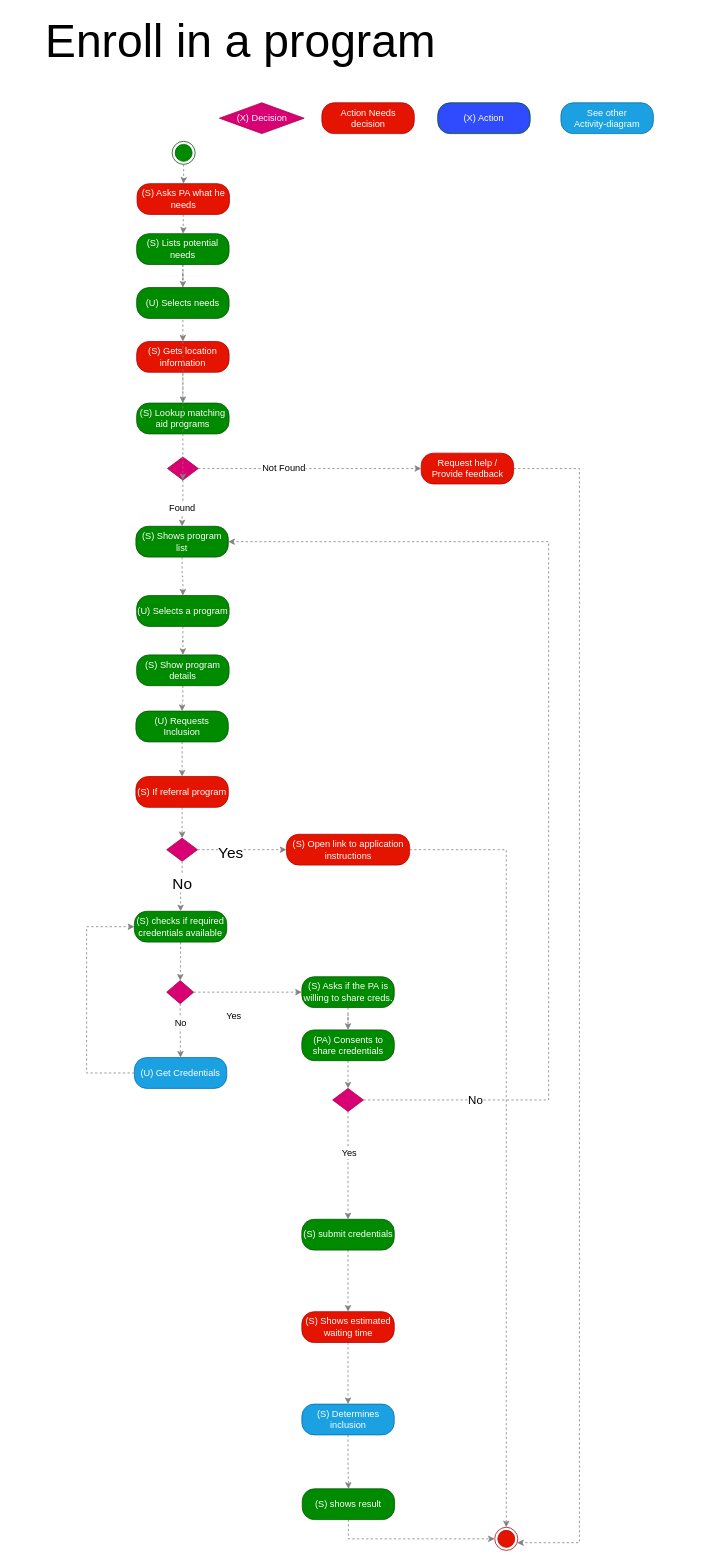
This is Activity Diagrams/Enroll in a program activity.drawio from nsward/diagrams, a draw.io file, before an edit. Source tidied: cells renumbered, new cells numbered last; positions are measured from the earlier drawing's top-left corner, leaving out a move shared by most shapes. Both pictures are drawn from the tidied source at 77%, with x=0, y=0 at pixel (13, 33).
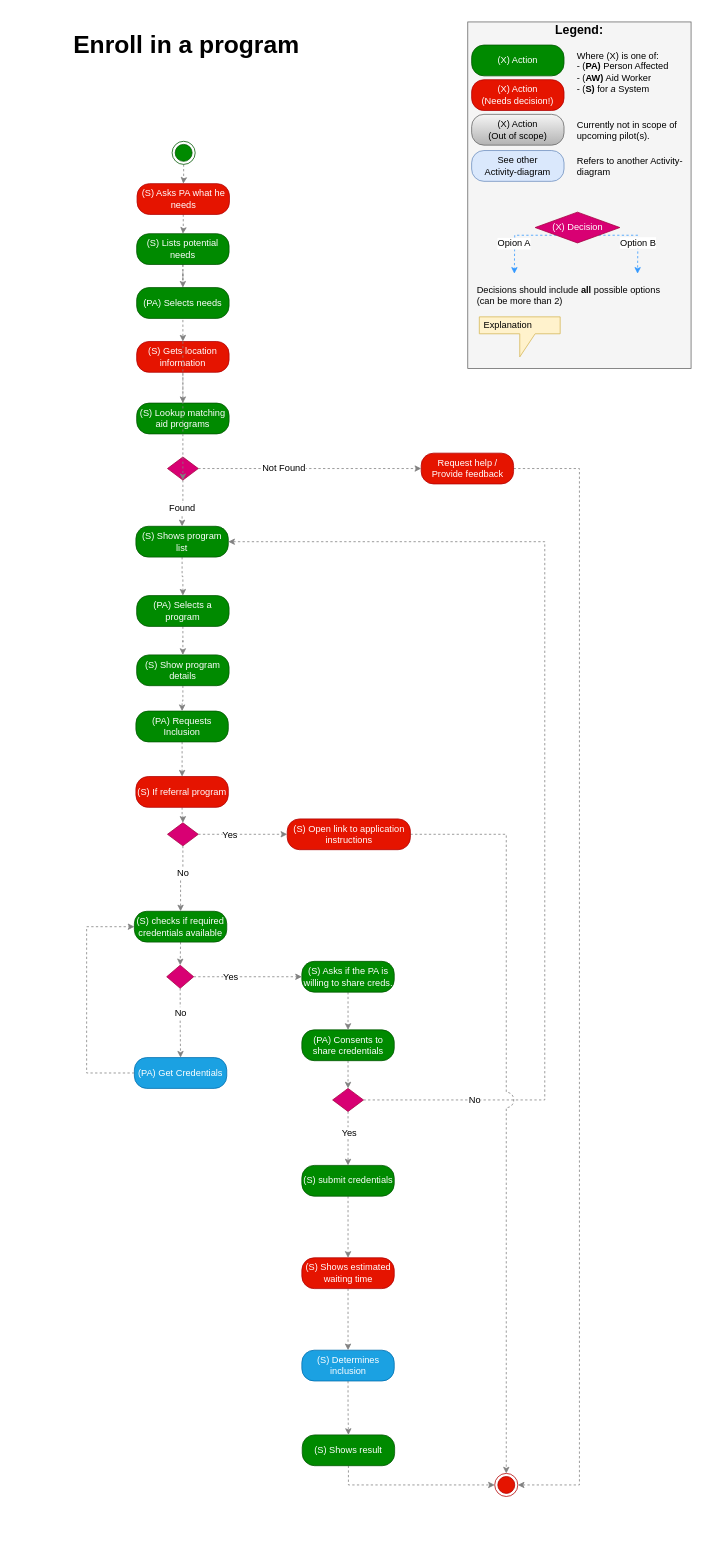
The same page after the edit.

Commit message:
Align layout with template + include legend

Unchanged cells that the change refers to:
```xml
<mxCell id="12" value="(S) Shows program list" style="rounded=1;whiteSpace=wrap;html=1;arcSize=40;fillColor=#008a00;strokeColor=#005700;fontColor=#ffffff;" parent="1" vertex="1">
  <mxGeometry x="159" y="640" width="120" height="40" as="geometry" />
</mxCell>
<mxCell id="23" style="edgeStyle=orthogonalEdgeStyle;rounded=0;jettySize=auto;html=1;entryX=0;entryY=0.5;entryDx=0;entryDy=0;dashed=1;strokeColor=#808080;" parent="1" edge="1" source="25" target="68">
  <mxGeometry relative="1" as="geometry" />
</mxCell>
<mxCell id="31" style="rhombus;whiteSpace=wrap;html=1;fillColor=#d80073;strokeColor=#A50040;fontColor=#ffffff;" parent="1" vertex="1">
  <mxGeometry x="414.5" y="1370" width="40" height="30" as="geometry" />
</mxCell>
<mxCell id="48" value="Request help / Provide feedback" style="rounded=1;whiteSpace=wrap;html=1;arcSize=40;fillColor=#e51400;strokeColor=#B20000;fontColor=#ffffff;" parent="1" vertex="1">
  <mxGeometry x="529.5" y="545" width="120" height="40" as="geometry" />
</mxCell>
<mxCell id="51" style="edgeStyle=orthogonalEdgeStyle;rounded=0;jettySize=auto;html=1;entryX=0;entryY=0.5;entryDx=0;entryDy=0;dashed=1;strokeColor=#808080;fontColor=#ffffff;exitX=1;exitY=0.5;exitDx=0;exitDy=0;" parent="1" edge="1" source="50" target="56">
  <mxGeometry relative="1" as="geometry" />
</mxCell>
<mxCell id="54" value="(S) If referral program" style="rounded=1;whiteSpace=wrap;html=1;arcSize=40;fillColor=#e51400;strokeColor=#B20000;fontColor=#ffffff;" parent="1" vertex="1">
  <mxGeometry x="159" y="965" width="120" height="40" as="geometry" />
</mxCell>
<mxCell id="63" style="edgeStyle=orthogonalEdgeStyle;rounded=0;jettySize=auto;html=1;exitX=0.5;exitY=1;exitDx=0;exitDy=0;entryX=0.5;entryY=0;entryDx=0;entryDy=0;dashed=1;strokeColor=#808080;fontSize=20;fontColor=#ffffff;" parent="1" edge="1" source="50" target="62">
  <mxGeometry relative="1" as="geometry" />
</mxCell>
```

The edit, as a diff of the source:
```diff
@@
-    <mxCell id="10" value="(U) Selects needs" style="rounded=1;whiteSpace=wrap;html=1;arcSize=40;fillColor=#008a00;strokeColor=#005700;fontColor=#ffffff;" parent="1" vertex="1">
+    <mxCell id="10" value="(PA) Selects needs" style="rounded=1;whiteSpace=wrap;html=1;arcSize=40;fillColor=#008a00;strokeColor=#005700;fontColor=#ffffff;" parent="1" vertex="1">
       <mxGeometry x="160" y="330" width="120" height="40" as="geometry" />
     </mxCell>
@@
-    <mxCell id="14" value="(U) Selects a program" style="rounded=1;whiteSpace=wrap;html=1;arcSize=40;fillColor=#008a00;strokeColor=#005700;fontColor=#ffffff;" parent="1" vertex="1">
+    <mxCell id="14" value="(PA) Selects a program" style="rounded=1;whiteSpace=wrap;html=1;arcSize=40;fillColor=#008a00;strokeColor=#005700;fontColor=#ffffff;" parent="1" vertex="1">
       <mxGeometry x="160" y="730" width="120" height="40" as="geometry" />
     </mxCell>
@@
-    <mxCell id="18" value="(U) Requests Inclusion" style="rounded=1;whiteSpace=wrap;html=1;arcSize=40;fillColor=#008a00;strokeColor=#005700;fontColor=#ffffff;" parent="1" vertex="1">
+    <mxCell id="18" value="(PA) Requests Inclusion" style="rounded=1;whiteSpace=wrap;html=1;arcSize=40;fillColor=#008a00;strokeColor=#005700;fontColor=#ffffff;" parent="1" vertex="1">
       <mxGeometry x="159" y="880" width="120" height="40" as="geometry" />
     </mxCell>
@@
-    <mxCell id="20" value="(U) Get Credentials" style="rounded=1;whiteSpace=wrap;html=1;arcSize=40;fillColor=#1ba1e2;strokeColor=#006EAF;fontColor=#ffffff;" parent="1" vertex="1">
+    <mxCell id="20" value="(PA) Get Credentials" style="rounded=1;whiteSpace=wrap;html=1;arcSize=40;fillColor=#1ba1e2;strokeColor=#006EAF;fontColor=#ffffff;" parent="1" vertex="1">
       <mxGeometry x="157" y="1330" width="120" height="40" as="geometry" />
     </mxCell>
@@
     <mxCell id="24" value="Yes" style="text;html=1;align=center;verticalAlign=middle;labelBackgroundColor=#ffffff;" parent="23" vertex="1">
       <mxGeometry x="-0.28" relative="1" as="geometry">
-        <mxPoint y="30" as="offset" />
+        <mxPoint x="-4" as="offset" />
       </mxGeometry>
     </mxCell>
     <mxCell id="25" style="rhombus;whiteSpace=wrap;html=1;fillColor=#d80073;strokeColor=#A50040;fontColor=#ffffff;" parent="1" vertex="1">
-      <mxGeometry x="199" y="1230" width="35" height="30" as="geometry" />
+      <mxGeometry x="199" y="1210" width="35" height="30" as="geometry" />
     </mxCell>
-    <mxCell id="26" style="edgeStyle=orthogonalEdgeStyle;rounded=0;jettySize=auto;html=1;entryX=1;entryY=0.5;entryDx=0;entryDy=0;dashed=1;strokeColor=#808080;fontColor=#ffffff;" parent="1" edge="1" source="31" target="12">
+    <mxCell id="26" style="edgeStyle=orthogonalEdgeStyle;rounded=0;jettySize=auto;html=1;entryX=1;entryY=0.5;entryDx=0;entryDy=0;dashed=1;strokeColor=#808080;fontColor=#ffffff;jumpStyle=none;" parent="1" edge="1" source="31" target="12">
       <mxGeometry relative="1" as="geometry">
         <Array as="points">
-          <mxPoint x="695" y="1385" />
-          <mxPoint x="695" y="660" />
+          <mxPoint x="690" y="1385" />
+          <mxPoint x="690" y="660" />
         </Array>
       </mxGeometry>
     </mxCell>
@@
-    <mxCell id="28" value="&lt;font color=&quot;#000000&quot; style=&quot;font-size: 15px;&quot;&gt;No&lt;/font&gt;" style="text;html=1;align=center;verticalAlign=middle;labelBackgroundColor=#ffffff;fontSize=15;fontColor=#ffffff;" parent="26" vertex="1">
+    <mxCell id="28" value="&lt;font color=&quot;#000000&quot; style=&quot;font-size: 12px;&quot;&gt;No&lt;/font&gt;" style="text;html=1;align=center;verticalAlign=middle;labelBackgroundColor=#ffffff;fontSize=12;fontColor=#ffffff;" parent="26" vertex="1">
       <mxGeometry x="-0.79" y="1" relative="1" as="geometry" />
     </mxCell>
@@
     <mxCell id="32" style="ellipse;html=1;shape=endState;fillColor=#e51400;strokeColor=#B20000;fontColor=#ffffff;" parent="1" vertex="1">
-      <mxGeometry x="625" y="1940" width="30" height="30" as="geometry" />
+      <mxGeometry x="625" y="1870" width="30" height="30" as="geometry" />
     </mxCell>
@@
     <mxCell id="34" value="(S) submit credentials" style="rounded=1;whiteSpace=wrap;html=1;arcSize=40;fillColor=#008a00;strokeColor=#005700;fontColor=#ffffff;" parent="1" vertex="1">
-      <mxGeometry x="374.5" y="1540" width="120" height="40" as="geometry" />
+      <mxGeometry x="374.5" y="1470" width="120" height="40" as="geometry" />
     </mxCell>
@@
     <mxCell id="36" value="(S) Shows estimated waiting time" style="rounded=1;whiteSpace=wrap;html=1;arcSize=40;fillColor=#e51400;strokeColor=#B20000;fontColor=#ffffff;" parent="1" vertex="1">
-      <mxGeometry x="374.5" y="1660" width="120" height="40" as="geometry" />
+      <mxGeometry x="374.5" y="1590" width="120" height="40" as="geometry" />
     </mxCell>
@@
     <mxCell id="38" value="(S) Determines inclusion" style="rounded=1;whiteSpace=wrap;html=1;arcSize=40;fillColor=#1ba1e2;strokeColor=#006EAF;fontColor=#ffffff;" parent="1" vertex="1">
-      <mxGeometry x="374.5" y="1780" width="120" height="40" as="geometry" />
+      <mxGeometry x="374.5" y="1710" width="120" height="40" as="geometry" />
     </mxCell>
@@
-    <mxCell id="40" value="(S) shows result" style="rounded=1;whiteSpace=wrap;html=1;arcSize=40;fillColor=#008a00;strokeColor=#005700;fontColor=#ffffff;" parent="1" vertex="1">
-      <mxGeometry x="375" y="1890" width="120" height="40" as="geometry" />
+    <mxCell id="40" value="(S) Shows result" style="rounded=1;whiteSpace=wrap;html=1;arcSize=40;fillColor=#008a00;strokeColor=#005700;fontColor=#ffffff;" parent="1" vertex="1">
+      <mxGeometry x="375" y="1820" width="120" height="40" as="geometry" />
     </mxCell>
@@
-    <mxCell id="47" style="edgeStyle=orthogonalEdgeStyle;rounded=0;jettySize=auto;html=1;dashed=1;strokeColor=#808080;fontColor=#ffffff;exitX=1;exitY=0.5;exitDx=0;exitDy=0;" parent="1" edge="1" source="48" target="32">
+    <mxCell id="47" style="edgeStyle=orthogonalEdgeStyle;rounded=0;jettySize=auto;html=1;dashed=1;strokeColor=#808080;fontColor=#ffffff;exitX=1;exitY=0.5;exitDx=0;exitDy=0;entryX=1;entryY=0.5;entryDx=0;entryDy=0;" parent="1" edge="1" source="48" target="32">
       <mxGeometry relative="1" as="geometry">
         <Array as="points">
           <mxPoint x="735" y="565" />
-          <mxPoint x="735" y="1960" />
+          <mxPoint x="735" y="1885" />
         </Array>
       </mxGeometry>
     </mxCell>
@@
     <mxCell id="50" style="rhombus;whiteSpace=wrap;html=1;fillColor=#d80073;strokeColor=#A50040;fontColor=#ffffff;" parent="1" vertex="1">
-      <mxGeometry x="199" y="1045" width="40" height="30" as="geometry" />
+      <mxGeometry x="200" y="1025" width="40" height="30" as="geometry" />
     </mxCell>
@@
-    <mxCell id="52" value="&lt;font color=&quot;#000000&quot; style=&quot;font-size: 20px;&quot;&gt;Yes&lt;/font&gt;" style="text;html=1;align=center;verticalAlign=middle;labelBackgroundColor=#ffffff;fontSize=20;fontColor=#ffffff;" parent="51" vertex="1">
-      <mxGeometry x="-0.28" y="-2" relative="1" as="geometry" />
+    <mxCell id="52" value="&lt;font color=&quot;#000000&quot; style=&quot;font-size: 12px;&quot;&gt;Yes&lt;/font&gt;" style="text;html=1;align=center;verticalAlign=middle;labelBackgroundColor=#ffffff;fontSize=12;fontColor=#ffffff;" parent="51" vertex="1">
+      <mxGeometry x="-0.28" y="-2" relative="1" as="geometry">
+        <mxPoint x="-1.5" y="-2" as="offset" />
+      </mxGeometry>
     </mxCell>
     <mxCell id="53" style="edgeStyle=orthogonalEdgeStyle;rounded=0;jettySize=auto;html=1;entryX=0.5;entryY=0;entryDx=0;entryDy=0;dashed=1;strokeColor=#808080;fontSize=20;fontColor=#ffffff;" parent="1" edge="1" source="54" target="50">
       <mxGeometry relative="1" as="geometry">
         <Array as="points">
-          <mxPoint x="219" y="1040" />
-          <mxPoint x="219" y="1040" />
+          <mxPoint x="219" y="1015" />
         </Array>
       </mxGeometry>
     </mxCell>
@@
-    <mxCell id="55" style="edgeStyle=orthogonalEdgeStyle;rounded=0;jettySize=auto;html=1;entryX=0.5;entryY=0;entryDx=0;entryDy=0;dashed=1;strokeColor=#808080;fontColor=#ffffff;" parent="1" edge="1" source="56" target="32">
+    <mxCell id="55" style="edgeStyle=orthogonalEdgeStyle;rounded=0;jettySize=auto;html=1;entryX=0.5;entryY=0;entryDx=0;entryDy=0;dashed=1;strokeColor=#808080;fontColor=#ffffff;jumpStyle=arc;jumpSize=20;" parent="1" edge="1" source="56" target="32">
       <mxGeometry relative="1" as="geometry" />
     </mxCell>
     <mxCell id="56" value="(S) Open link to application instructions" style="rounded=1;whiteSpace=wrap;html=1;arcSize=40;fillColor=#e51400;strokeColor=#B20000;fontColor=#ffffff;" parent="1" vertex="1">
-      <mxGeometry x="354.5" y="1040" width="160" height="40" as="geometry" />
+      <mxGeometry x="355.5" y="1020" width="160" height="40" as="geometry" />
     </mxCell>
-    <mxCell id="57" value="Enroll in a program" style="text;html=1;strokeColor=none;fillColor=none;align=center;verticalAlign=middle;whiteSpace=wrap;rounded=0;fontSize=60;" parent="1" vertex="1">
-      <mxGeometry width="590" height="20" as="geometry" />
-    </mxCell>
-    <mxCell id="58" value="See other&lt;br&gt;Activity-diagram" style="rounded=1;whiteSpace=wrap;html=1;arcSize=40;fillColor=#1ba1e2;strokeColor=#006EAF;fontColor=#ffffff;" parent="1" vertex="1">
-      <mxGeometry x="711" y="90" width="120" height="40" as="geometry" />
-    </mxCell>
-    <mxCell id="59" value="(X) Action&lt;br&gt;" style="rounded=1;whiteSpace=wrap;html=1;arcSize=40;fillColor=#2F4BFD;strokeColor=#005700;fontColor=#ffffff;" parent="1" vertex="1">
-      <mxGeometry x="551" y="90" width="120" height="40" as="geometry" />
-    </mxCell>
-    <mxCell id="60" value="&lt;span&gt;(X) Decision&lt;br&gt;&lt;/span&gt;" style="rhombus;whiteSpace=wrap;html=1;fillColor=#d80073;strokeColor=#A50040;fontColor=#ffffff;" parent="1" vertex="1">
-      <mxGeometry x="267.5" y="90" width="110" height="40" as="geometry" />
-    </mxCell>
-    <mxCell id="61" value="Action Needs decision&lt;br&gt;" style="rounded=1;whiteSpace=wrap;html=1;arcSize=40;fillColor=#e51400;strokeColor=#B20000;fontColor=#ffffff;" parent="1" vertex="1">
-      <mxGeometry x="400.5" y="90" width="120" height="40" as="geometry" />
-    </mxCell>
@@
-    <mxCell id="64" value="&lt;font color=&quot;#000000&quot;&gt;No&lt;/font&gt;" style="text;html=1;align=center;verticalAlign=middle;labelBackgroundColor=#ffffff;fontSize=20;fontColor=#ffffff;" parent="63" vertex="1">
+    <mxCell id="64" value="&lt;font color=&quot;#000000&quot; style=&quot;font-size: 12px;&quot;&gt;No&lt;/font&gt;" style="text;html=1;align=center;verticalAlign=middle;labelBackgroundColor=#ffffff;fontSize=12;fontColor=#ffffff;" parent="63" vertex="1">
       <mxGeometry x="-0.2" y="-1" relative="1" as="geometry" />
     </mxCell>
@@
     <mxCell id="68" value="(S) Asks if the PA is willing to share creds." style="rounded=1;whiteSpace=wrap;html=1;arcSize=40;fillColor=#008a00;strokeColor=#005700;fontColor=#ffffff;" parent="1" vertex="1">
-      <mxGeometry x="374.5" y="1225" width="120" height="40" as="geometry" />
+      <mxGeometry x="374.5" y="1205" width="120" height="40" as="geometry" />
     </mxCell>
@@
+    <mxCell id="71" style="rounded=0;whiteSpace=wrap;html=1;fontSize=16;align=left;fillColor=#f5f5f5;strokeColor=#666666;fontColor=#333333;" parent="1" vertex="1">
+      <mxGeometry x="590" y="-15" width="290" height="450" as="geometry" />
+    </mxCell>
+    <mxCell id="58" value="See other&lt;br&gt;Activity-diagram" style="rounded=1;whiteSpace=wrap;html=1;arcSize=40;fillColor=#dae8fc;strokeColor=#6c8ebf;" parent="1" vertex="1">
+      <mxGeometry x="595" y="152" width="120" height="40" as="geometry" />
+    </mxCell>
+    <mxCell id="59" value="(X) Action&lt;br&gt;" style="rounded=1;whiteSpace=wrap;html=1;arcSize=40;fillColor=#008a00;strokeColor=#005700;fontColor=#ffffff;" parent="1" vertex="1">
+      <mxGeometry x="595" y="15" width="120" height="40" as="geometry" />
+    </mxCell>
+    <mxCell id="72" style="edgeStyle=orthogonalEdgeStyle;rounded=0;jettySize=auto;html=1;dashed=1;strokeColor=#3399FF;exitX=0;exitY=1;exitDx=0;exitDy=0;" parent="1" edge="1" source="60">
+      <mxGeometry relative="1" as="geometry">
+        <mxPoint x="650.5" y="312" as="targetPoint" />
+      </mxGeometry>
+    </mxCell>
+    <mxCell id="73" value="Opion A" style="text;html=1;align=center;verticalAlign=middle;labelBackgroundColor=#ffffff;" parent="72" vertex="1">
+      <mxGeometry x="-0.26" y="1" relative="1" as="geometry">
+        <mxPoint x="-18" y="9" as="offset" />
+      </mxGeometry>
+    </mxCell>
+    <mxCell id="74" style="edgeStyle=orthogonalEdgeStyle;rounded=0;jettySize=auto;html=1;exitX=1;exitY=1;exitDx=0;exitDy=0;dashed=1;strokeColor=#3399FF;" parent="1" edge="1" source="60">
+      <mxGeometry relative="1" as="geometry">
+        <mxPoint x="810.5" y="312" as="targetPoint" />
+      </mxGeometry>
+    </mxCell>
+    <mxCell id="75" value="Option B" style="text;html=1;align=center;verticalAlign=middle;labelBackgroundColor=#ffffff;" parent="74" vertex="1">
+      <mxGeometry x="0.2" y="-1" relative="1" as="geometry">
+        <mxPoint x="1" as="offset" />
+      </mxGeometry>
+    </mxCell>
+    <mxCell id="60" value="&lt;span&gt;(X) Decision&lt;br&gt;&lt;/span&gt;" style="rhombus;whiteSpace=wrap;html=1;fillColor=#d80073;strokeColor=#A50040;fontColor=#ffffff;" parent="1" vertex="1">
+      <mxGeometry x="677.5" y="232" width="110" height="40" as="geometry" />
+    </mxCell>
+    <mxCell id="76" value="(X) Action&lt;br&gt;(Needs decision!)&lt;br&gt;" style="rounded=1;whiteSpace=wrap;html=1;arcSize=40;fillColor=#e51400;strokeColor=#B20000;fontColor=#ffffff;" parent="1" vertex="1">
+      <mxGeometry x="595" y="60" width="120" height="40" as="geometry" />
+    </mxCell>
+    <mxCell id="57" value="&lt;div style=&quot;text-align: left ; font-size: 32px&quot;&gt;Enroll in a program&lt;/div&gt;" style="text;html=1;strokeColor=none;fillColor=none;align=left;verticalAlign=middle;whiteSpace=wrap;rounded=0;fontStyle=1;fontSize=32;spacingLeft=16;" parent="1" vertex="1">
+      <mxGeometry x="60" y="-25" width="518" height="80" as="geometry" />
+    </mxCell>
+    <mxCell id="77" value="&lt;font style=&quot;font-size: 16px;&quot;&gt;Legend:&lt;/font&gt;" style="text;html=1;strokeColor=none;fillColor=none;align=center;verticalAlign=middle;whiteSpace=wrap;rounded=0;fontSize=16;fontStyle=1;" parent="1" vertex="1">
+      <mxGeometry x="715" y="-15" width="40" height="20" as="geometry" />
+    </mxCell>
+    <mxCell id="78" value="Where (X) is one of:&lt;br&gt;- (&lt;b&gt;PA)&lt;/b&gt; Person Affected&lt;br&gt;- (&lt;b&gt;AW)&lt;/b&gt; Aid Worker&lt;br&gt;- (&lt;b&gt;S)&lt;/b&gt; for &lt;i&gt;a&lt;/i&gt; System&lt;br&gt;" style="text;html=1;strokeColor=none;fillColor=none;align=left;verticalAlign=top;whiteSpace=wrap;rounded=0;fontSize=12;" parent="1" vertex="1">
+      <mxGeometry x="730" y="15" width="140" height="70" as="geometry" />
+    </mxCell>
+    <mxCell id="79" value="Refers to another Activity-diagram&lt;br&gt;" style="text;html=1;strokeColor=none;fillColor=none;align=left;verticalAlign=top;whiteSpace=wrap;rounded=0;fontSize=12;" parent="1" vertex="1">
+      <mxGeometry x="730" y="152" width="140" height="38" as="geometry" />
+    </mxCell>
+    <mxCell id="80" value="Decisions should include &lt;b&gt;all&lt;/b&gt; possible options (can be more than 2)&lt;br&gt;" style="text;html=1;strokeColor=none;fillColor=none;align=left;verticalAlign=top;whiteSpace=wrap;rounded=0;fontSize=12;" parent="1" vertex="1">
+      <mxGeometry x="600" y="320" width="250" height="38" as="geometry" />
+    </mxCell>
+    <mxCell id="81" value="&lt;p&gt;Explanation&lt;/p&gt;" style="shape=callout;whiteSpace=wrap;html=1;perimeter=calloutPerimeter;fillColor=#fff2cc;fontSize=12;align=left;strokeColor=#d6b656;spacingLeft=4;" parent="1" vertex="1">
+      <mxGeometry x="605" y="368" width="105" height="52" as="geometry" />
+    </mxCell>
+    <mxCell id="82" value="(X) Action&lt;br&gt;(Out of scope)&lt;br&gt;" style="rounded=1;whiteSpace=wrap;html=1;arcSize=40;fillColor=#f5f5f5;strokeColor=#666666;gradientColor=#b3b3b3;" parent="1" vertex="1">
+      <mxGeometry x="595" y="105" width="120" height="40" as="geometry" />
+    </mxCell>
+    <mxCell id="83" value="Currently not in scope of upcoming pilot(s).&lt;br&gt;" style="text;html=1;strokeColor=none;fillColor=none;align=left;verticalAlign=top;whiteSpace=wrap;rounded=0;fontSize=12;" parent="1" vertex="1">
+      <mxGeometry x="730" y="105" width="140" height="70" as="geometry" />
+    </mxCell>
```
